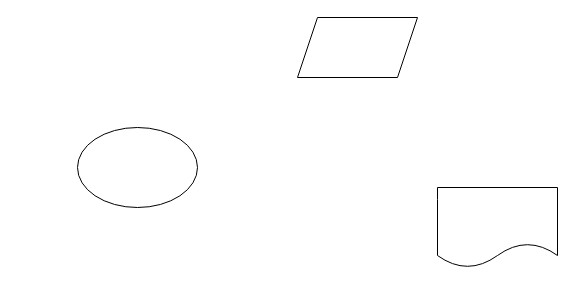
This is 未命名绘图.drawio from guotuluo02/draw.io, a draw.io file, before an edit. Source tidied: cells renumbered, new cells numbered last; positions are measured from the earlier drawing's top-left corner, leaving out a move shared by most shapes. Both pictures are drawn from the tidied source at 100%, with x=0, y=0 at pixel (77, 17).
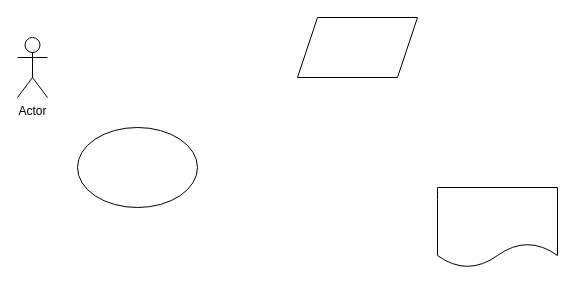
The same page after the edit.

Commit message (it also covers changes not shown here):
更新未命名绘图.drawio

The edit, as a diff of the source:
```diff
@@
 <mxGraphModel>
   <root>
     <mxCell id="0" />
     <mxCell id="1" parent="0" />
     <mxCell id="2" style="ellipse;whiteSpace=wrap;html=1;" parent="1" vertex="1">
       <mxGeometry y="110" width="120" height="80" as="geometry" />
     </mxCell>
     <mxCell id="3" style="shape=parallelogram;perimeter=parallelogramPerimeter;whiteSpace=wrap;html=1;fixedSize=1;" parent="1" vertex="1">
       <mxGeometry x="220" width="120" height="60" as="geometry" />
     </mxCell>
     <mxCell id="4" style="shape=document;whiteSpace=wrap;html=1;boundedLbl=1;" parent="1" vertex="1">
       <mxGeometry x="360" y="170" width="120" height="80" as="geometry" />
     </mxCell>
+    <mxCell id="5" value="Actor" style="shape=umlActor;verticalLabelPosition=bottom;verticalAlign=top;html=1;" parent="1" vertex="1">
+      <mxGeometry x="-60" y="20" width="30" height="60" as="geometry" />
+    </mxCell>
   </root>
 </mxGraphModel>
```
